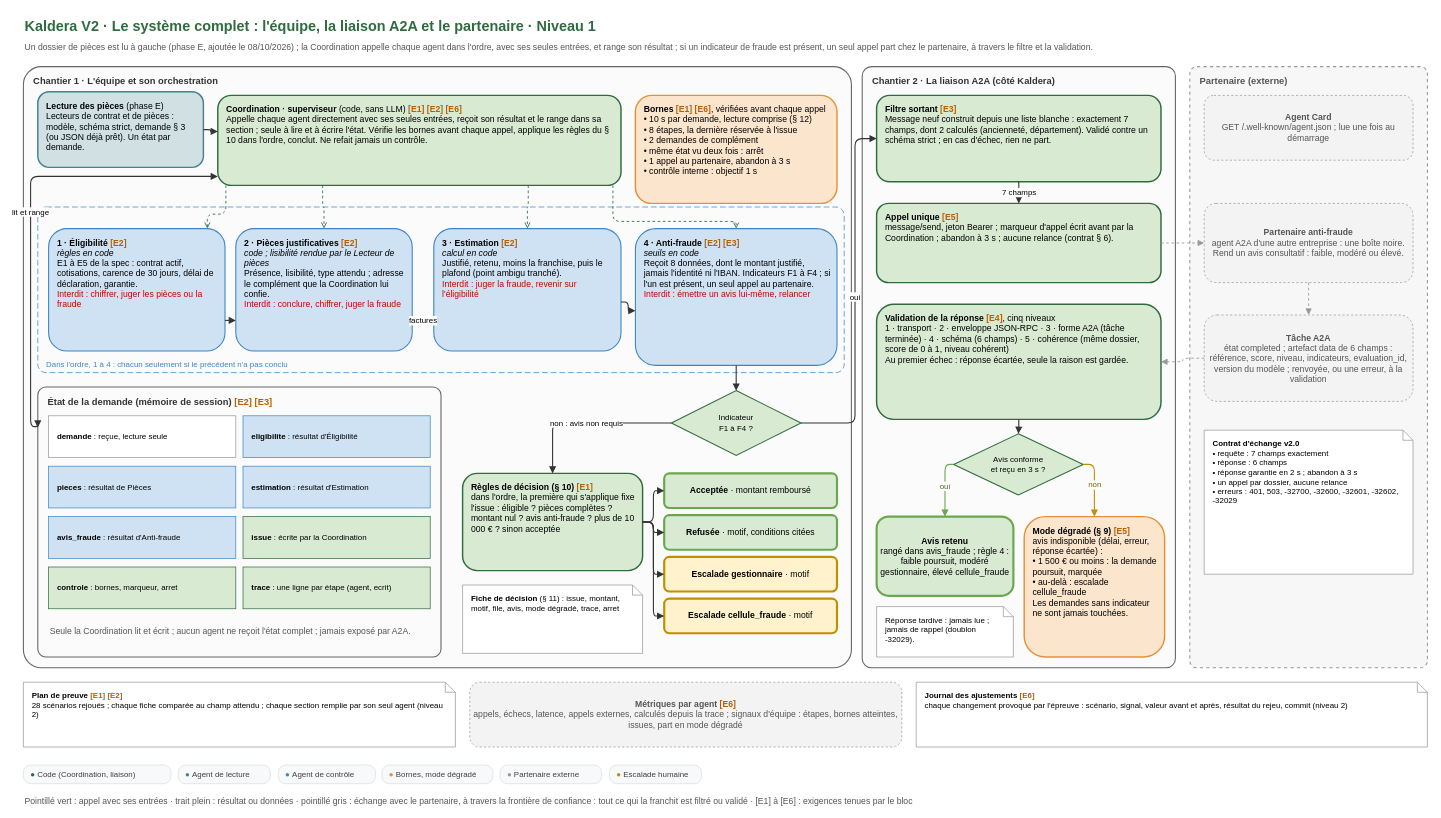
Before: conception/schemas/schema-N1-systeme-complet.drawio in Ganda15/kaldera-bout-en-bout_v2, a draw.io diagram. Source tidied: cells renumbered, new cells numbered last; positions are measured from the earlier drawing's top-left corner, leaving out a move shared by most shapes. Both pictures are drawn from the tidied source at 72%, with x=0, y=0 at pixel (23, 12).
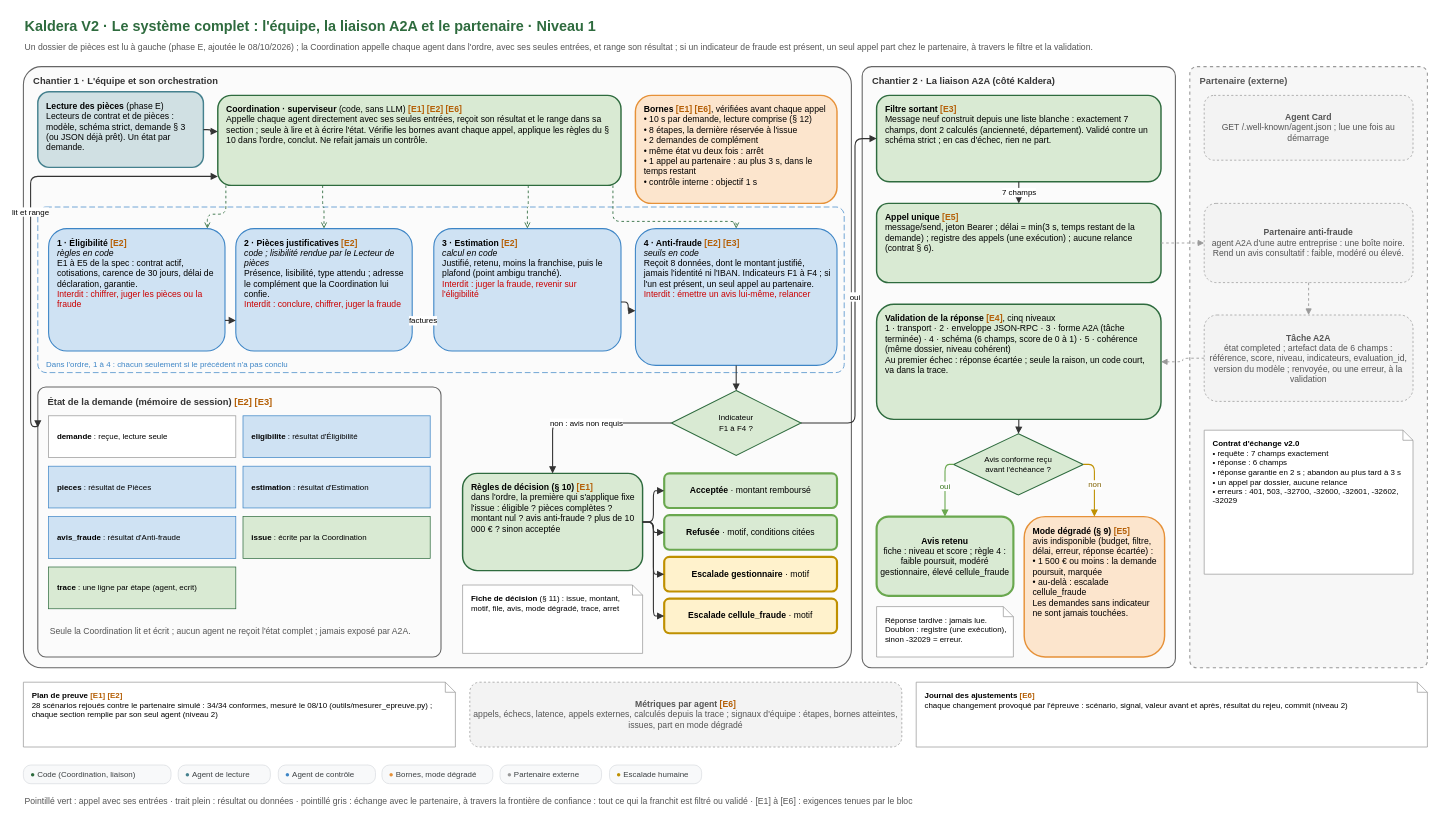
After the change.

What changed in the source:
```diff
@@
-    <mxCell id="9" value="&lt;b&gt;Bornes&lt;/b&gt; &lt;font color=&quot;#b45f06&quot;&gt;&lt;b&gt;[E1] [E6]&lt;/b&gt;&lt;/font&gt;, vérifiées avant chaque appel&lt;br&gt;• 10 s par demande, lecture comprise (§ 12)&lt;br&gt;• 8 étapes, la dernière réservée à l'issue&lt;br&gt;• 2 demandes de complément&lt;br&gt;• même état vu deux fois : arrêt&lt;br&gt;• 1 appel au partenaire, abandon à 3 s&lt;br&gt;• contrôle interne : objectif 1 s" style="whiteSpace=wrap;html=1;fontFamily=Arial;fontSize=12;align=left;spacingLeft=10;spacingRight=8;verticalAlign=top;spacingTop=6;rounded=1;fillColor=#fce5cd;strokeColor=#e69138;strokeWidth=2;" parent="1" vertex="1">
+    <mxCell id="9" value="&lt;b&gt;Bornes&lt;/b&gt; &lt;font color=&quot;#b45f06&quot;&gt;&lt;b&gt;[E1] [E6]&lt;/b&gt;&lt;/font&gt;, vérifiées avant chaque appel&lt;br&gt;• 10 s par demande, lecture comprise (§ 12)&lt;br&gt;• 8 étapes, la dernière réservée à l'issue&lt;br&gt;• 2 demandes de complément&lt;br&gt;• même état vu deux fois : arrêt&lt;br&gt;• 1 appel au partenaire : au plus 3 s, dans le temps restant&lt;br&gt;• contrôle interne : objectif 1 s" style="whiteSpace=wrap;html=1;fontFamily=Arial;fontSize=12;align=left;spacingLeft=10;spacingRight=8;verticalAlign=top;spacingTop=6;rounded=1;fillColor=#fce5cd;strokeColor=#e69138;strokeWidth=2;" parent="1" vertex="1">
       <mxGeometry x="850" y="115" width="280" height="150" as="geometry" />
     </mxCell>
@@
-    <mxCell id="30" value="&lt;b&gt;controle&lt;/b&gt; : bornes, marqueur, arret" style="whiteSpace=wrap;html=1;fontFamily=Arial;fontSize=12;align=left;spacingLeft=10;spacingRight=8;verticalAlign=top;spacingTop=6;verticalAlign=middle;spacingTop=0;rounded=0;fillColor=#d9ead3;strokeColor=#2E6B3E;fontSize=11;" parent="1" vertex="1">
-      <mxGeometry x="35" y="770" width="260" height="58" as="geometry" />
-    </mxCell>
     <mxCell id="31" value="&lt;b&gt;trace&lt;/b&gt; : une ligne par étape (agent, ecrit)" style="whiteSpace=wrap;html=1;fontFamily=Arial;fontSize=12;align=left;spacingLeft=10;spacingRight=8;verticalAlign=top;spacingTop=6;verticalAlign=middle;spacingTop=0;rounded=0;fillColor=#d9ead3;strokeColor=#2E6B3E;fontSize=11;" parent="1" vertex="1">
-      <mxGeometry x="305" y="770" width="260" height="58" as="geometry" />
+      <mxGeometry x="35" y="770" width="260" height="58" as="geometry" />
     </mxCell>
@@
-    <mxCell id="48" value="&lt;b&gt;Appel unique&lt;/b&gt; &lt;font color=&quot;#b45f06&quot;&gt;&lt;b&gt;[E5]&lt;/b&gt;&lt;/font&gt;&lt;br&gt;message/send, jeton Bearer ; marqueur d'appel écrit avant par la Coordination ; abandon à 3 s ; aucune relance (contrat § 6)." style="whiteSpace=wrap;html=1;fontFamily=Arial;fontSize=12;align=left;spacingLeft=10;spacingRight=8;verticalAlign=top;spacingTop=6;rounded=1;fillColor=#d9ead3;strokeColor=#2E6B3E;strokeWidth=2;" parent="1" vertex="1">
+    <mxCell id="48" value="&lt;b&gt;Appel unique&lt;/b&gt; &lt;font color=&quot;#b45f06&quot;&gt;&lt;b&gt;[E5]&lt;/b&gt;&lt;/font&gt;&lt;br&gt;message/send, jeton Bearer ; délai = min(3 s, temps restant de la demande) ; registre des appels (une exécution) ; aucune relance (contrat § 6)." style="whiteSpace=wrap;html=1;fontFamily=Arial;fontSize=12;align=left;spacingLeft=10;spacingRight=8;verticalAlign=top;spacingTop=6;rounded=1;fillColor=#d9ead3;strokeColor=#2E6B3E;strokeWidth=2;" parent="1" vertex="1">
       <mxGeometry x="1185" y="265" width="395" height="110" as="geometry" />
     </mxCell>
-    <mxCell id="49" value="&lt;b&gt;Validation de la réponse&lt;/b&gt; &lt;font color=&quot;#b45f06&quot;&gt;&lt;b&gt;[E4]&lt;/b&gt;&lt;/font&gt;, cinq niveaux&lt;br&gt;1 · transport · 2 · enveloppe JSON-RPC · 3 · forme A2A (tâche terminée) · 4 · schéma (6 champs) · 5 · cohérence (même dossier, score de 0 à 1, niveau cohérent)&lt;br&gt;Au premier échec : réponse écartée, seule la raison est gardée." style="whiteSpace=wrap;html=1;fontFamily=Arial;fontSize=12;align=left;spacingLeft=10;spacingRight=8;verticalAlign=top;spacingTop=6;rounded=1;fillColor=#d9ead3;strokeColor=#2E6B3E;strokeWidth=2;" parent="1" vertex="1">
+    <mxCell id="49" value="&lt;b&gt;Validation de la réponse&lt;/b&gt; &lt;font color=&quot;#b45f06&quot;&gt;&lt;b&gt;[E4]&lt;/b&gt;&lt;/font&gt;, cinq niveaux&lt;br&gt;1 · transport · 2 · enveloppe JSON-RPC · 3 · forme A2A (tâche terminée) · 4 · schéma (6 champs, score de 0 à 1) · 5 · cohérence (même dossier, niveau cohérent)&lt;br&gt;Au premier échec : réponse écartée ; seule la raison, un code court, va dans la trace." style="whiteSpace=wrap;html=1;fontFamily=Arial;fontSize=12;align=left;spacingLeft=10;spacingRight=8;verticalAlign=top;spacingTop=6;rounded=1;fillColor=#d9ead3;strokeColor=#2E6B3E;strokeWidth=2;" parent="1" vertex="1">
       <mxGeometry x="1185" y="405" width="395" height="160" as="geometry" />
     </mxCell>
-    <mxCell id="50" value="Avis conforme&lt;br&gt;et reçu en 3 s ?" style="rhombus;whiteSpace=wrap;html=1;fontFamily=Arial;fontSize=11;fillColor=#d9ead3;strokeColor=#2E6B3E;strokeWidth=1.5;" parent="1" vertex="1">
+    <mxCell id="50" value="Avis conforme reçu&lt;br&gt;avant l'échéance ?" style="rhombus;whiteSpace=wrap;html=1;fontFamily=Arial;fontSize=11;fillColor=#d9ead3;strokeColor=#2E6B3E;strokeWidth=1.5;" parent="1" vertex="1">
       <mxGeometry x="1292" y="585" width="180" height="85" as="geometry" />
     </mxCell>
-    <mxCell id="51" value="&lt;b&gt;Avis retenu&lt;/b&gt;&lt;br&gt;rangé dans avis_fraude ; règle 4 : faible poursuit, modéré gestionnaire, élevé cellule_fraude" style="whiteSpace=wrap;html=1;fontFamily=Arial;fontSize=12;rounded=1;fillColor=#d9ead3;strokeColor=#6aa84f;strokeWidth=3;fontStyle=0;" parent="1" vertex="1">
+    <mxCell id="51" value="&lt;b&gt;Avis retenu&lt;/b&gt;&lt;br&gt;fiche : niveau et score ; règle 4 : faible poursuit, modéré gestionnaire, élevé cellule_fraude" style="whiteSpace=wrap;html=1;fontFamily=Arial;fontSize=12;rounded=1;fillColor=#d9ead3;strokeColor=#6aa84f;strokeWidth=3;fontStyle=0;" parent="1" vertex="1">
       <mxGeometry x="1185" y="700" width="190" height="110" as="geometry" />
     </mxCell>
-    <mxCell id="52" value="&lt;b&gt;Mode dégradé (§ 9)&lt;/b&gt; &lt;font color=&quot;#b45f06&quot;&gt;&lt;b&gt;[E5]&lt;/b&gt;&lt;/font&gt;&lt;br&gt;avis indisponible (délai, erreur, réponse écartée) :&lt;br&gt;• 1 500 € ou moins : la demande poursuit, marquée&lt;br&gt;• au-delà : escalade cellule_fraude&lt;br&gt;Les demandes sans indicateur ne sont jamais touchées." style="whiteSpace=wrap;html=1;fontFamily=Arial;fontSize=12;align=left;spacingLeft=10;spacingRight=8;verticalAlign=top;spacingTop=6;rounded=1;fillColor=#fce5cd;strokeColor=#e69138;strokeWidth=2;" parent="1" vertex="1">
+    <mxCell id="52" value="&lt;b&gt;Mode dégradé (§ 9)&lt;/b&gt; &lt;font color=&quot;#b45f06&quot;&gt;&lt;b&gt;[E5]&lt;/b&gt;&lt;/font&gt;&lt;br&gt;avis indisponible (budget, filtre, délai, erreur, réponse écartée) :&lt;br&gt;• 1 500 € ou moins : la demande poursuit, marquée&lt;br&gt;• au-delà : escalade cellule_fraude&lt;br&gt;Les demandes sans indicateur ne sont jamais touchées." style="whiteSpace=wrap;html=1;fontFamily=Arial;fontSize=12;align=left;spacingLeft=10;spacingRight=8;verticalAlign=top;spacingTop=6;rounded=1;fillColor=#fce5cd;strokeColor=#e69138;strokeWidth=2;" parent="1" vertex="1">
       <mxGeometry x="1390" y="700" width="195" height="195" as="geometry" />
     </mxCell>
-    <mxCell id="53" value="Réponse tardive : jamais lue ; jamais de rappel (doublon -32029)." style="whiteSpace=wrap;html=1;fontFamily=Arial;fontSize=12;align=left;spacingLeft=10;spacingRight=8;verticalAlign=top;spacingTop=6;shape=note;size=14;fillColor=#ffffff;strokeColor=#999999;fontSize=11;" parent="1" vertex="1">
+    <mxCell id="53" value="Réponse tardive : jamais lue. Doublon : registre (une exécution), sinon -32029 = erreur." style="whiteSpace=wrap;html=1;fontFamily=Arial;fontSize=12;align=left;spacingLeft=10;spacingRight=8;verticalAlign=top;spacingTop=6;shape=note;size=14;fillColor=#ffffff;strokeColor=#999999;fontSize=11;" parent="1" vertex="1">
       <mxGeometry x="1185" y="825" width="190" height="70" as="geometry" />
     </mxCell>
@@
-    <mxCell id="62" value="&lt;b&gt;Contrat d'échange v2.0&lt;/b&gt;&lt;br&gt;• requête : 7 champs exactement&lt;br&gt;• réponse : 6 champs&lt;br&gt;• réponse garantie en 2 s ; abandon à 3 s&lt;br&gt;• un appel par dossier, aucune relance&lt;br&gt;• erreurs : 401, 503, -32700, -32600, -32601, -32602, -32029" style="whiteSpace=wrap;html=1;fontFamily=Arial;fontSize=12;align=left;spacingLeft=10;spacingRight=8;verticalAlign=top;spacingTop=6;shape=note;size=14;fillColor=#ffffff;strokeColor=#999999;fontSize=11;" parent="1" vertex="1">
+    <mxCell id="62" value="&lt;b&gt;Contrat d'échange v2.0&lt;/b&gt;&lt;br&gt;• requête : 7 champs exactement&lt;br&gt;• réponse : 6 champs&lt;br&gt;• réponse garantie en 2 s ; abandon au plus tard à 3 s&lt;br&gt;• un appel par dossier, aucune relance&lt;br&gt;• erreurs : 401, 503, -32700, -32600, -32601, -32602, -32029" style="whiteSpace=wrap;html=1;fontFamily=Arial;fontSize=12;align=left;spacingLeft=10;spacingRight=8;verticalAlign=top;spacingTop=6;shape=note;size=14;fillColor=#ffffff;strokeColor=#999999;fontSize=11;" parent="1" vertex="1">
       <mxGeometry x="1640" y="580" width="290" height="200" as="geometry" />
     </mxCell>
@@
-    <mxCell id="66" value="&lt;b&gt;Plan de preuve&lt;/b&gt; &lt;font color=&quot;#b45f06&quot;&gt;&lt;b&gt;[E1] [E2]&lt;/b&gt;&lt;/font&gt;&lt;br&gt;28 scénarios rejoués ; chaque fiche comparée au champ attendu ; chaque section remplie par son seul agent (niveau 2)" style="whiteSpace=wrap;html=1;fontFamily=Arial;fontSize=12;align=left;spacingLeft=10;spacingRight=8;verticalAlign=top;spacingTop=6;shape=note;size=14;fillColor=#ffffff;strokeColor=#999999;fontSize=11;" parent="1" vertex="1">
+    <mxCell id="66" value="&lt;b&gt;Plan de preuve&lt;/b&gt; &lt;font color=&quot;#b45f06&quot;&gt;&lt;b&gt;[E1] [E2]&lt;/b&gt;&lt;/font&gt;&lt;br&gt;28 scénarios rejoués contre le partenaire simulé : 34/34 conformes, mesuré le 08/10 (outils/mesurer_epreuve.py) ; chaque section remplie par son seul agent (niveau 2)" style="whiteSpace=wrap;html=1;fontFamily=Arial;fontSize=12;align=left;spacingLeft=10;spacingRight=8;verticalAlign=top;spacingTop=6;shape=note;size=14;fillColor=#ffffff;strokeColor=#999999;fontSize=11;" parent="1" vertex="1">
       <mxGeometry y="930" width="600" height="90" as="geometry" />
     </mxCell>
```
